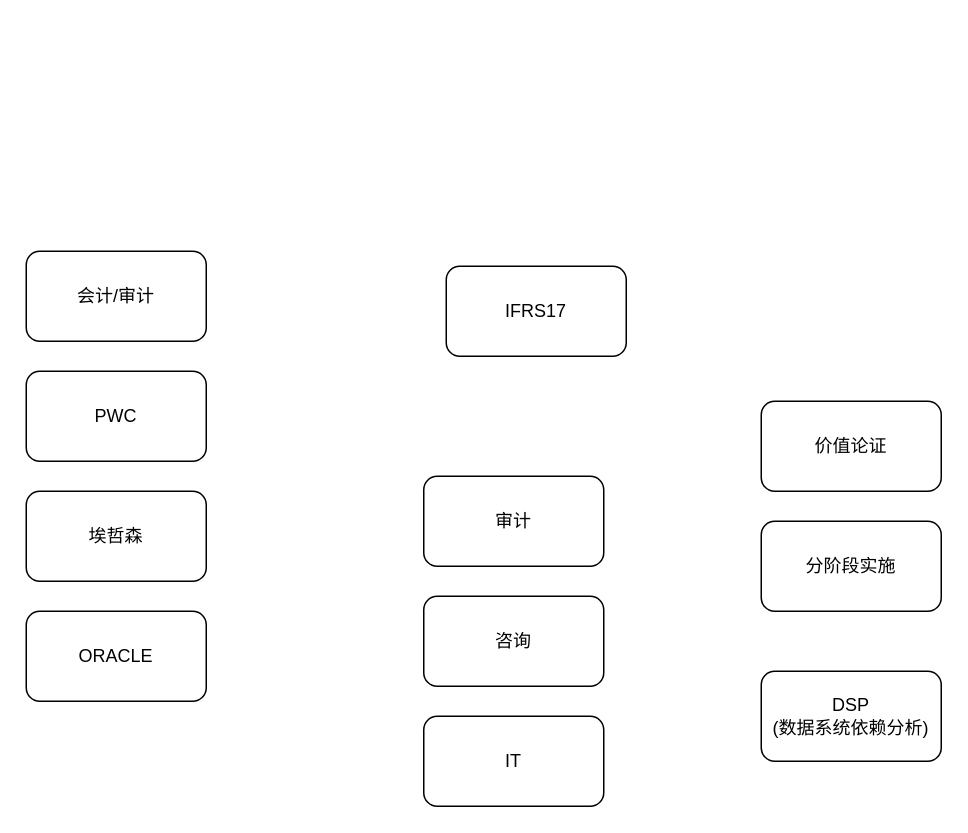
Before: ifrs.drawio in XiaoLiuAI/diagrams, a draw.io diagram. Source tidied: cells renumbered, new cells numbered last; positions are measured from the earlier drawing's top-left corner, leaving out a move shared by most shapes. Both pictures are drawn from the tidied source at 150%, with x=0, y=0 at pixel (26, 250).
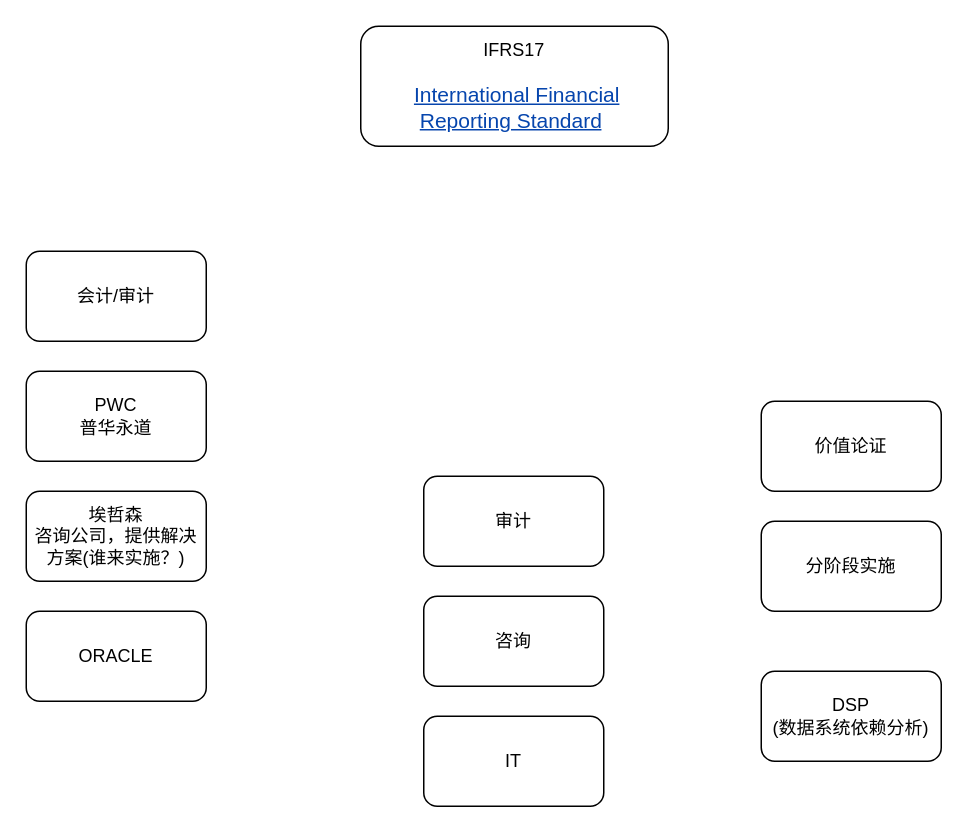
The same page after the edit.

The edit, as a diff of the source:
```diff
@@
 <mxGraphModel>
   <root>
     <mxCell id="0" />
     <mxCell id="1" parent="0" />
-    <mxCell id="2" value="IFRS17" style="rounded=1;whiteSpace=wrap;html=1;" parent="1" vertex="1">
-      <mxGeometry x="280" y="10" width="120" height="60" as="geometry" />
+    <mxCell id="2" value="IFRS17&lt;br&gt;&lt;br&gt;&lt;span style=&quot;color: rgb(32 , 33 , 34) ; font-family: sans-serif ; font-size: 14px ; background-color: rgb(255 , 255 , 255)&quot;&gt;&amp;nbsp;&lt;/span&gt;&lt;a href=&quot;https://en.wikipedia.org/wiki/International_Financial_Reporting_Standard&quot; class=&quot;mw-redirect&quot; title=&quot;&quot; style=&quot;color: rgb(6 , 69 , 173) ; background: none rgb(255 , 255 , 255) ; font-family: sans-serif ; font-size: 14px&quot;&gt;International Financial Reporting Standard&lt;/a&gt;&lt;span style=&quot;color: rgb(32 , 33 , 34) ; font-family: sans-serif ; font-size: 14px ; background-color: rgb(255 , 255 , 255)&quot;&gt;&amp;nbsp;&lt;br&gt;&lt;/span&gt;" style="rounded=1;whiteSpace=wrap;html=1;" parent="1" vertex="1">
+      <mxGeometry x="223" y="-150" width="205" height="80" as="geometry" />
     </mxCell>
-    <mxCell id="3" value="PWC" style="rounded=1;whiteSpace=wrap;html=1;" parent="1" vertex="1">
+    <mxCell id="3" value="PWC&lt;br&gt;普华永道" style="rounded=1;whiteSpace=wrap;html=1;" parent="1" vertex="1">
       <mxGeometry y="80" width="120" height="60" as="geometry" />
     </mxCell>
     <mxCell id="4" value="会计/审计" style="rounded=1;whiteSpace=wrap;html=1;" parent="1" vertex="1">
       <mxGeometry width="120" height="60" as="geometry" />
     </mxCell>
-    <mxCell id="5" value="埃哲森" style="rounded=1;whiteSpace=wrap;html=1;" parent="1" vertex="1">
+    <mxCell id="5" value="埃哲森&lt;br&gt;咨询公司，提供解决方案(谁来实施？)" style="rounded=1;whiteSpace=wrap;html=1;" parent="1" vertex="1">
       <mxGeometry y="160" width="120" height="60" as="geometry" />
     </mxCell>
     <mxCell id="6" value="ORACLE" style="rounded=1;whiteSpace=wrap;html=1;" parent="1" vertex="1">
       <mxGeometry y="240" width="120" height="60" as="geometry" />
     </mxCell>
     <mxCell id="7" value="审计" style="rounded=1;whiteSpace=wrap;html=1;" parent="1" vertex="1">
       <mxGeometry x="265" y="150" width="120" height="60" as="geometry" />
     </mxCell>
     <mxCell id="8" value="咨询" style="rounded=1;whiteSpace=wrap;html=1;" parent="1" vertex="1">
       <mxGeometry x="265" y="230" width="120" height="60" as="geometry" />
     </mxCell>
     <mxCell id="9" value="IT" style="rounded=1;whiteSpace=wrap;html=1;" parent="1" vertex="1">
       <mxGeometry x="265" y="310" width="120" height="60" as="geometry" />
     </mxCell>
     <mxCell id="10" value="价值论证" style="rounded=1;whiteSpace=wrap;html=1;" parent="1" vertex="1">
       <mxGeometry x="490" y="100" width="120" height="60" as="geometry" />
     </mxCell>
     <mxCell id="11" value="分阶段实施" style="rounded=1;whiteSpace=wrap;html=1;" parent="1" vertex="1">
       <mxGeometry x="490" y="180" width="120" height="60" as="geometry" />
     </mxCell>
     <mxCell id="12" value="DSP&lt;br&gt;(数据系统依赖分析)" style="rounded=1;whiteSpace=wrap;html=1;" parent="1" vertex="1">
       <mxGeometry x="490" y="280" width="120" height="60" as="geometry" />
     </mxCell>
   </root>
 </mxGraphModel>
```
